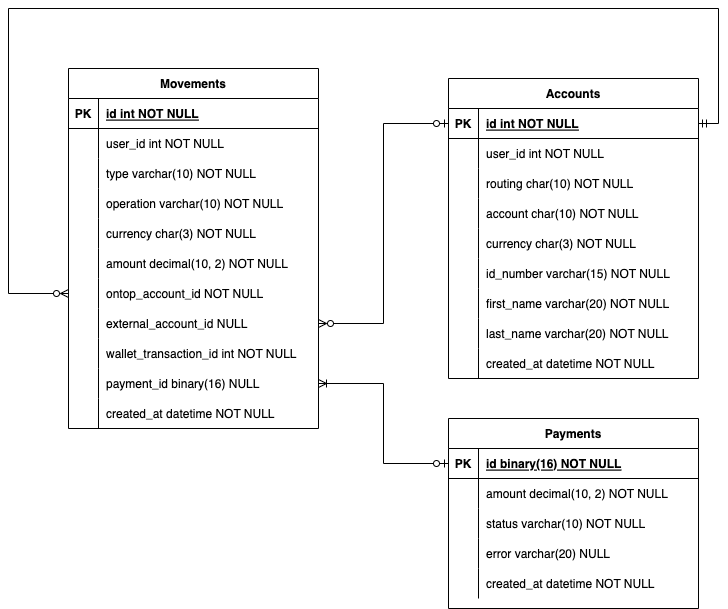
ariel17/ontop_challenge keeps this draw.io diagram as docs/models.png. Above is the earlier version. Source tidied: cells renumbered, new cells last; positions are measured from the earlier drawing's top-left corner, leaving out a move shared by most shapes.
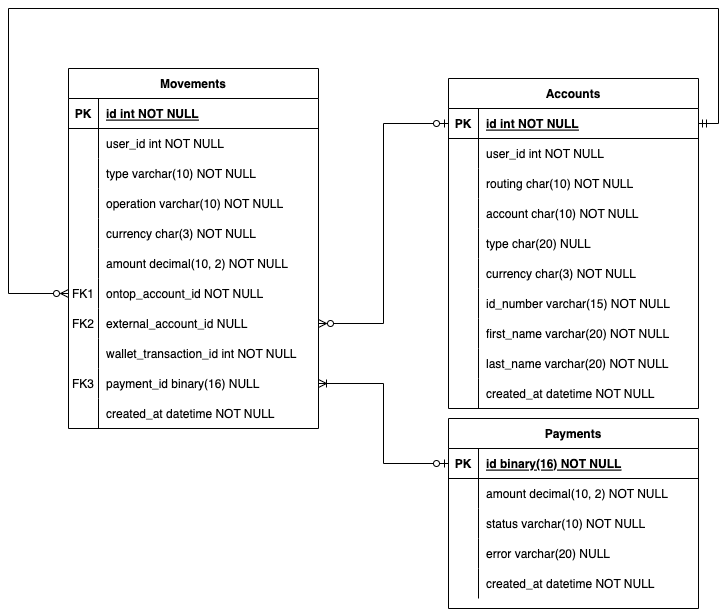
Later version of the same file.

Commit message:
Adds type field into account model.

The edit, as a diff of the source:
```diff
@@ -62,7 +62,7 @@
     <mxCell id="21" style="shape=partialRectangle;fillColor=none;points=[[0,0.5],[1,0.5]];portConstraint=eastwest;top=0;left=0;right=0;bottom=0;" parent="2" vertex="1">
       <mxGeometry y="210" width="250" height="30" as="geometry" />
     </mxCell>
-    <mxCell id="22" style="shape=partialRectangle;overflow=hidden;fillColor=none;top=0;left=0;bottom=0;right=0;" parent="21" vertex="1">
+    <mxCell id="22" value="FK1" style="shape=partialRectangle;overflow=hidden;fillColor=none;top=0;left=0;bottom=0;right=0;" parent="21" vertex="1">
       <mxGeometry width="30" height="30" as="geometry" />
     </mxCell>
     <mxCell id="23" value="ontop_account_id NOT NULL" style="shape=partialRectangle;overflow=hidden;fillColor=none;top=0;left=0;bottom=0;right=0;align=left;spacingLeft=6;" parent="21" vertex="1">
@@ -71,7 +71,7 @@
     <mxCell id="24" style="shape=partialRectangle;fillColor=none;points=[[0,0.5],[1,0.5]];portConstraint=eastwest;top=0;left=0;right=0;bottom=0;" parent="2" vertex="1">
       <mxGeometry y="240" width="250" height="30" as="geometry" />
     </mxCell>
-    <mxCell id="25" style="shape=partialRectangle;overflow=hidden;fillColor=none;top=0;left=0;bottom=0;right=0;" parent="24" vertex="1">
+    <mxCell id="25" value="FK2" style="shape=partialRectangle;overflow=hidden;fillColor=none;top=0;left=0;bottom=0;right=0;" parent="24" vertex="1">
       <mxGeometry width="30" height="30" as="geometry" />
     </mxCell>
     <mxCell id="26" value="external_account_id NULL" style="shape=partialRectangle;overflow=hidden;fillColor=none;top=0;left=0;bottom=0;right=0;align=left;spacingLeft=6;" parent="24" vertex="1">
@@ -89,7 +89,7 @@
     <mxCell id="30" style="shape=partialRectangle;fillColor=none;points=[[0,0.5],[1,0.5]];portConstraint=eastwest;top=0;left=0;right=0;bottom=0;" parent="2" vertex="1">
       <mxGeometry y="300" width="250" height="30" as="geometry" />
     </mxCell>
-    <mxCell id="31" style="shape=partialRectangle;overflow=hidden;fillColor=none;top=0;left=0;bottom=0;right=0;" parent="30" vertex="1">
+    <mxCell id="31" value="FK3" style="shape=partialRectangle;overflow=hidden;fillColor=none;top=0;left=0;bottom=0;right=0;" parent="30" vertex="1">
       <mxGeometry width="30" height="30" as="geometry" />
     </mxCell>
     <mxCell id="32" value="payment_id binary(16) NULL" style="shape=partialRectangle;overflow=hidden;fillColor=none;top=0;left=0;bottom=0;right=0;align=left;spacingLeft=6;" parent="30" vertex="1">
@@ -153,7 +153,7 @@
       <mxGeometry x="30" width="220" height="30" as="geometry" />
     </mxCell>
     <mxCell id="52" value="Accounts" style="shape=table;startSize=30;rowLines=0;fontStyle=1;align=center;" parent="1" vertex="1">
-      <mxGeometry x="440" y="70" width="250" height="300" as="geometry" />
+      <mxGeometry x="440" y="70" width="250" height="330" as="geometry" />
     </mxCell>
     <mxCell id="53" style="shape=partialRectangle;fillColor=none;points=[[0,0.5],[1,0.5]];portConstraint=eastwest;top=0;left=0;right=0;bottom=1;" parent="52" vertex="1">
       <mxGeometry y="30" width="250" height="30" as="geometry" />
@@ -191,8 +191,17 @@
     <mxCell id="64" value="account char(10) NOT NULL" style="shape=partialRectangle;overflow=hidden;fillColor=none;top=0;left=0;bottom=0;right=0;align=left;spacingLeft=6;" parent="62" vertex="1">
       <mxGeometry x="30" width="220" height="30" as="geometry" />
     </mxCell>
+    <mxCell id="83" style="shape=partialRectangle;fillColor=none;top=0;left=0;right=0;bottom=0;" parent="52" vertex="1">
+      <mxGeometry y="150" width="250" height="30" as="geometry" />
+    </mxCell>
+    <mxCell id="84" style="shape=partialRectangle;overflow=hidden;fillColor=none;top=0;left=0;bottom=0;right=0;" parent="83" vertex="1">
+      <mxGeometry width="30" height="30" as="geometry" />
+    </mxCell>
+    <mxCell id="85" value="type char(20) NULL" style="shape=partialRectangle;overflow=hidden;fillColor=none;top=0;left=0;bottom=0;right=0;align=left;spacingLeft=6;" parent="83" vertex="1">
+      <mxGeometry x="30" width="220" height="30" as="geometry" />
+    </mxCell>
     <mxCell id="65" style="shape=partialRectangle;fillColor=none;top=0;left=0;right=0;bottom=0;" parent="52" vertex="1">
-      <mxGeometry y="150" width="250" height="30" as="geometry" />
+      <mxGeometry y="180" width="250" height="30" as="geometry" />
     </mxCell>
     <mxCell id="66" style="shape=partialRectangle;overflow=hidden;fillColor=none;top=0;left=0;bottom=0;right=0;" parent="65" vertex="1">
       <mxGeometry width="30" height="30" as="geometry" />
@@ -201,7 +210,7 @@
       <mxGeometry x="30" width="220" height="30" as="geometry" />
     </mxCell>
     <mxCell id="68" style="shape=partialRectangle;fillColor=none;top=0;left=0;right=0;bottom=0;" parent="52" vertex="1">
-      <mxGeometry y="180" width="250" height="30" as="geometry" />
+      <mxGeometry y="210" width="250" height="30" as="geometry" />
     </mxCell>
     <mxCell id="69" style="shape=partialRectangle;overflow=hidden;fillColor=none;top=0;left=0;bottom=0;right=0;" parent="68" vertex="1">
       <mxGeometry width="30" height="30" as="geometry" />
@@ -210,7 +219,7 @@
       <mxGeometry x="30" width="220" height="30" as="geometry" />
     </mxCell>
     <mxCell id="71" style="shape=partialRectangle;fillColor=none;top=0;left=0;right=0;bottom=0;" parent="52" vertex="1">
-      <mxGeometry y="210" width="250" height="30" as="geometry" />
+      <mxGeometry y="240" width="250" height="30" as="geometry" />
     </mxCell>
     <mxCell id="72" style="shape=partialRectangle;overflow=hidden;fillColor=none;top=0;left=0;bottom=0;right=0;" parent="71" vertex="1">
       <mxGeometry width="30" height="30" as="geometry" />
@@ -219,7 +228,7 @@
       <mxGeometry x="30" width="220" height="30" as="geometry" />
     </mxCell>
     <mxCell id="74" style="shape=partialRectangle;fillColor=none;top=0;left=0;right=0;bottom=0;" parent="52" vertex="1">
-      <mxGeometry y="240" width="250" height="30" as="geometry" />
+      <mxGeometry y="270" width="250" height="30" as="geometry" />
     </mxCell>
     <mxCell id="75" style="shape=partialRectangle;overflow=hidden;fillColor=none;top=0;left=0;bottom=0;right=0;" parent="74" vertex="1">
       <mxGeometry width="30" height="30" as="geometry" />
@@ -228,7 +237,7 @@
       <mxGeometry x="30" width="220" height="30" as="geometry" />
     </mxCell>
     <mxCell id="77" style="shape=partialRectangle;fillColor=none;top=0;left=0;right=0;bottom=0;" parent="52" vertex="1">
-      <mxGeometry y="270" width="250" height="30" as="geometry" />
+      <mxGeometry y="300" width="250" height="30" as="geometry" />
     </mxCell>
     <mxCell id="78" style="shape=partialRectangle;overflow=hidden;fillColor=none;top=0;left=0;bottom=0;right=0;" parent="77" vertex="1">
       <mxGeometry width="30" height="30" as="geometry" />
```
